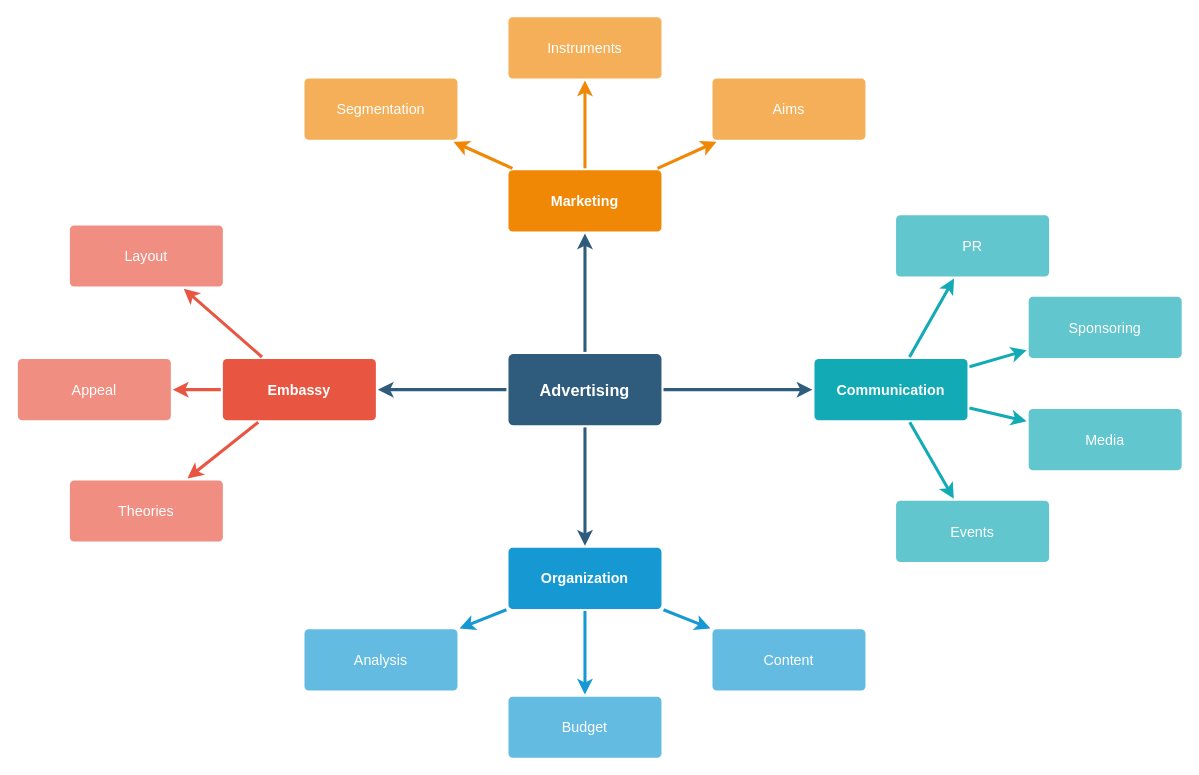
Before: Untitled Diagram.drawio in kar72kal/MC, a draw.io diagram. Source tidied: cells renumbered, new cells numbered last; positions are measured from the earlier drawing's top-left corner, leaving out a move shared by most shapes. Both pictures are drawn from the tidied source at 102%, with x=0, y=0 at pixel (17, 16).
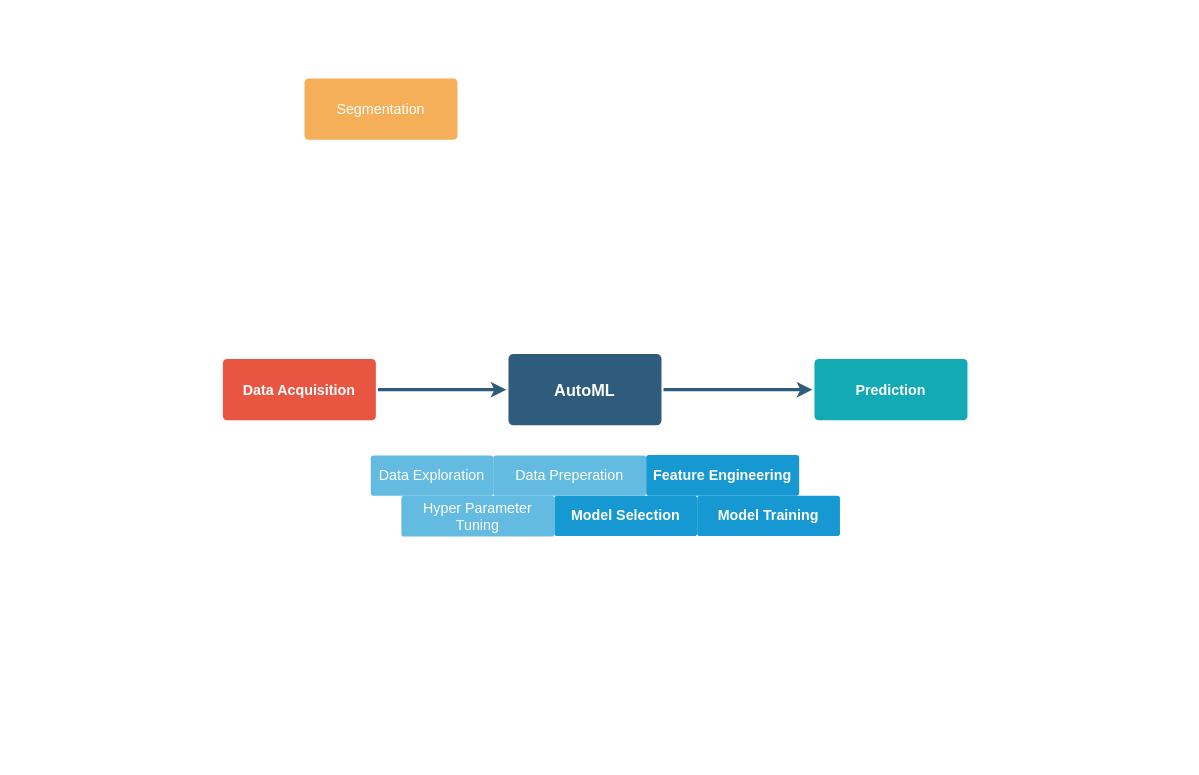
The same diagram, later.

The change refers to these unchanged cells:
```xml
<mxCell id="26" value="Segmentation" style="rounded=1;whiteSpace=wrap;html=1;shadow=0;labelBackgroundColor=none;strokeColor=none;strokeWidth=3;fillColor=#f5af58;fontFamily=Helvetica;fontSize=14;fontColor=#FFFFFF;align=center;spacing=5;arcSize=7;perimeterSpacing=2;" parent="1" vertex="1">
  <mxGeometry x="281" y="60.5" width="150" height="60" as="geometry" />
</mxCell>
```

Diff of the diagram source:
```diff
@@
-    <mxCell id="2" style="edgeStyle=none;rounded=0;jumpStyle=none;html=1;shadow=0;labelBackgroundColor=none;startArrow=none;startFill=0;endArrow=classic;endFill=1;jettySize=auto;strokeColor=#2F5B7C;strokeWidth=3;fontFamily=Helvetica;fontSize=16;fontColor=#23445D;spacing=5;" parent="1" edge="1" source="6" target="21">
-      <mxGeometry relative="1" as="geometry" />
-    </mxCell>
@@
-    <mxCell id="4" style="edgeStyle=none;rounded=0;jumpStyle=none;html=1;shadow=0;labelBackgroundColor=none;startArrow=none;startFill=0;endArrow=classic;endFill=1;jettySize=auto;strokeColor=#2F5B7C;strokeWidth=3;fontFamily=Helvetica;fontSize=16;fontColor=#23445D;spacing=5;" parent="1" edge="1" source="6" target="17">
-      <mxGeometry relative="1" as="geometry" />
-    </mxCell>
-    <mxCell id="5" style="edgeStyle=none;rounded=0;jumpStyle=none;html=1;shadow=0;labelBackgroundColor=none;startArrow=none;startFill=0;endArrow=classic;endFill=1;jettySize=auto;strokeColor=#2F5B7C;strokeWidth=3;fontFamily=Helvetica;fontSize=16;fontColor=#23445D;spacing=5;" parent="1" edge="1" source="6" target="10">
+    <mxCell id="5" style="edgeStyle=none;rounded=0;jumpStyle=none;html=1;shadow=0;labelBackgroundColor=none;startArrow=none;startFill=0;endArrow=classic;endFill=1;jettySize=auto;strokeColor=#2F5B7C;strokeWidth=3;fontFamily=Helvetica;fontSize=16;fontColor=#23445D;spacing=5;entryX=0;entryY=0.5;entryDx=0;entryDy=0;exitX=1;exitY=0.5;exitDx=0;exitDy=0;" parent="1" edge="1" source="10" target="6">
       <mxGeometry relative="1" as="geometry" />
     </mxCell>
-    <mxCell id="6" value="Advertising" style="rounded=1;whiteSpace=wrap;html=1;shadow=0;labelBackgroundColor=none;strokeColor=none;strokeWidth=3;fillColor=#2F5B7C;fontFamily=Helvetica;fontSize=16;fontColor=#FFFFFF;align=center;fontStyle=1;spacing=5;arcSize=7;perimeterSpacing=2;" parent="1" vertex="1">
+    <mxCell id="6" value="AutoML" style="rounded=1;whiteSpace=wrap;html=1;shadow=0;labelBackgroundColor=none;strokeColor=none;strokeWidth=3;fillColor=#2F5B7C;fontFamily=Helvetica;fontSize=16;fontColor=#FFFFFF;align=center;fontStyle=1;spacing=5;arcSize=7;perimeterSpacing=2;" parent="1" vertex="1">
       <mxGeometry x="481" y="330.5" width="150" height="70" as="geometry" />
     </mxCell>
-    <mxCell id="7" style="edgeStyle=none;rounded=1;jumpStyle=none;html=1;shadow=0;labelBackgroundColor=none;startArrow=none;startFill=0;jettySize=auto;strokeColor=#E85642;strokeWidth=3;fontFamily=Helvetica;fontSize=14;fontColor=#FFFFFF;spacing=5;fontStyle=1;fillColor=#b0e3e6;" parent="1" edge="1" source="10" target="13">
-      <mxGeometry relative="1" as="geometry" />
-    </mxCell>
-    <mxCell id="8" style="edgeStyle=none;rounded=1;jumpStyle=none;html=1;shadow=0;labelBackgroundColor=none;startArrow=none;startFill=0;jettySize=auto;strokeColor=#E85642;strokeWidth=3;fontFamily=Helvetica;fontSize=14;fontColor=#FFFFFF;spacing=5;fontStyle=1;fillColor=#b0e3e6;" parent="1" edge="1" source="10" target="12">
-      <mxGeometry relative="1" as="geometry" />
-    </mxCell>
-    <mxCell id="9" style="edgeStyle=none;rounded=1;jumpStyle=none;html=1;shadow=0;labelBackgroundColor=none;startArrow=none;startFill=0;jettySize=auto;strokeColor=#E85642;strokeWidth=3;fontFamily=Helvetica;fontSize=14;fontColor=#FFFFFF;spacing=5;fontStyle=1;fillColor=#b0e3e6;" parent="1" edge="1" source="10" target="11">
-      <mxGeometry relative="1" as="geometry" />
-    </mxCell>
-    <mxCell id="10" value="Embassy" style="rounded=1;whiteSpace=wrap;html=1;shadow=0;labelBackgroundColor=none;strokeColor=none;strokeWidth=3;fillColor=#e85642;fontFamily=Helvetica;fontSize=14;fontColor=#FFFFFF;align=center;spacing=5;fontStyle=1;arcSize=7;perimeterSpacing=2;" parent="1" vertex="1">
+    <mxCell id="10" value="Data Acquisition" style="rounded=1;whiteSpace=wrap;html=1;shadow=0;labelBackgroundColor=none;strokeColor=none;strokeWidth=3;fillColor=#e85642;fontFamily=Helvetica;fontSize=14;fontColor=#FFFFFF;align=center;spacing=5;fontStyle=1;arcSize=7;perimeterSpacing=2;" parent="1" vertex="1">
       <mxGeometry x="201" y="335.5" width="150" height="60" as="geometry" />
     </mxCell>
-    <mxCell id="11" value="Theories" style="rounded=1;whiteSpace=wrap;html=1;shadow=0;labelBackgroundColor=none;strokeColor=none;strokeWidth=3;fillColor=#f08e81;fontFamily=Helvetica;fontSize=14;fontColor=#FFFFFF;align=center;spacing=5;fontStyle=0;arcSize=7;perimeterSpacing=2;" parent="1" vertex="1">
-      <mxGeometry x="51" y="454.5" width="150" height="60" as="geometry" />
-    </mxCell>
-    <mxCell id="12" value="Appeal" style="rounded=1;whiteSpace=wrap;html=1;shadow=0;labelBackgroundColor=none;strokeColor=none;strokeWidth=3;fillColor=#f08e81;fontFamily=Helvetica;fontSize=14;fontColor=#FFFFFF;align=center;spacing=5;fontStyle=0;arcSize=7;perimeterSpacing=2;" parent="1" vertex="1">
-      <mxGeometry y="335.5" width="150" height="60" as="geometry" />
-    </mxCell>
-    <mxCell id="13" value="Layout" style="rounded=1;whiteSpace=wrap;html=1;shadow=0;labelBackgroundColor=none;strokeColor=none;strokeWidth=3;fillColor=#f08e81;fontFamily=Helvetica;fontSize=14;fontColor=#FFFFFF;align=center;spacing=5;fontStyle=0;arcSize=7;perimeterSpacing=2;" parent="1" vertex="1">
-      <mxGeometry x="51" y="204.5" width="150" height="60" as="geometry" />
-    </mxCell>
-    <mxCell id="14" style="edgeStyle=none;rounded=0;jumpStyle=none;html=1;shadow=0;labelBackgroundColor=none;startArrow=none;startFill=0;endArrow=classic;endFill=1;jettySize=auto;strokeColor=#1699D3;strokeWidth=3;fontFamily=Helvetica;fontSize=14;fontColor=#FFFFFF;spacing=5;" parent="1" edge="1" source="17" target="20">
-      <mxGeometry relative="1" as="geometry" />
-    </mxCell>
-    <mxCell id="15" style="edgeStyle=none;rounded=0;jumpStyle=none;html=1;shadow=0;labelBackgroundColor=none;startArrow=none;startFill=0;endArrow=classic;endFill=1;jettySize=auto;strokeColor=#1699D3;strokeWidth=3;fontFamily=Helvetica;fontSize=14;fontColor=#FFFFFF;spacing=5;" parent="1" edge="1" source="17" target="19">
-      <mxGeometry relative="1" as="geometry" />
-    </mxCell>
-    <mxCell id="16" style="edgeStyle=none;rounded=0;jumpStyle=none;html=1;shadow=0;labelBackgroundColor=none;startArrow=none;startFill=0;endArrow=classic;endFill=1;jettySize=auto;strokeColor=#1699D3;strokeWidth=3;fontFamily=Helvetica;fontSize=14;fontColor=#FFFFFF;spacing=5;" parent="1" edge="1" source="17" target="18">
-      <mxGeometry relative="1" as="geometry" />
-    </mxCell>
-    <mxCell id="17" value="Organization" style="rounded=1;whiteSpace=wrap;html=1;shadow=0;labelBackgroundColor=none;strokeColor=none;strokeWidth=3;fillColor=#1699d3;fontFamily=Helvetica;fontSize=14;fontColor=#FFFFFF;align=center;spacing=5;fontStyle=1;arcSize=7;perimeterSpacing=2;" parent="1" vertex="1">
-      <mxGeometry x="481" y="520.5" width="150" height="60" as="geometry" />
+    <mxCell id="17" value="Model Selection" style="rounded=1;whiteSpace=wrap;html=1;shadow=0;labelBackgroundColor=none;strokeColor=none;strokeWidth=3;fillColor=#1699d3;fontFamily=Helvetica;fontSize=14;fontColor=#FFFFFF;align=center;spacing=5;fontStyle=1;arcSize=7;perimeterSpacing=2;" parent="1" vertex="1">
+      <mxGeometry x="526" y="469.5" width="140" height="39.5" as="geometry" />
     </mxCell>
-    <mxCell id="18" value="Content" style="rounded=1;whiteSpace=wrap;html=1;shadow=0;labelBackgroundColor=none;strokeColor=none;strokeWidth=3;fillColor=#64bbe2;fontFamily=Helvetica;fontSize=14;fontColor=#FFFFFF;align=center;spacing=5;arcSize=7;perimeterSpacing=2;" parent="1" vertex="1">
-      <mxGeometry x="681" y="600.5" width="150" height="60" as="geometry" />
+    <mxCell id="18" value="Data Preperation" style="rounded=1;whiteSpace=wrap;html=1;shadow=0;labelBackgroundColor=none;strokeColor=none;strokeWidth=3;fillColor=#64bbe2;fontFamily=Helvetica;fontSize=14;fontColor=#FFFFFF;align=center;spacing=5;arcSize=7;perimeterSpacing=2;" parent="1" vertex="1">
+      <mxGeometry x="466" y="430" width="150" height="39.5" as="geometry" />
     </mxCell>
-    <mxCell id="19" value="Budget" style="rounded=1;whiteSpace=wrap;html=1;shadow=0;labelBackgroundColor=none;strokeColor=none;strokeWidth=3;fillColor=#64bbe2;fontFamily=Helvetica;fontSize=14;fontColor=#FFFFFF;align=center;spacing=5;arcSize=7;perimeterSpacing=2;" parent="1" vertex="1">
-      <mxGeometry x="481" y="666.5" width="150" height="60" as="geometry" />
+    <mxCell id="19" value="Hyper Parameter Tuning" style="rounded=1;whiteSpace=wrap;html=1;shadow=0;labelBackgroundColor=none;strokeColor=none;strokeWidth=3;fillColor=#64bbe2;fontFamily=Helvetica;fontSize=14;fontColor=#FFFFFF;align=center;spacing=5;arcSize=7;perimeterSpacing=2;" parent="1" vertex="1">
+      <mxGeometry x="376" y="469.5" width="150" height="40" as="geometry" />
     </mxCell>
-    <mxCell id="20" value="Analysis" style="rounded=1;whiteSpace=wrap;html=1;shadow=0;labelBackgroundColor=none;strokeColor=none;strokeWidth=3;fillColor=#64bbe2;fontFamily=Helvetica;fontSize=14;fontColor=#FFFFFF;align=center;spacing=5;arcSize=7;perimeterSpacing=2;" parent="1" vertex="1">
-      <mxGeometry x="281" y="600.5" width="150" height="60" as="geometry" />
+    <mxCell id="20" value="Data Exploration" style="rounded=1;whiteSpace=wrap;html=1;shadow=0;labelBackgroundColor=none;strokeColor=none;strokeWidth=3;fillColor=#64bbe2;fontFamily=Helvetica;fontSize=14;fontColor=#FFFFFF;align=center;spacing=5;arcSize=7;perimeterSpacing=2;" parent="1" vertex="1">
+      <mxGeometry x="346" y="430" width="120" height="39.5" as="geometry" />
     </mxCell>
-    <mxCell id="21" value="Marketing" style="rounded=1;whiteSpace=wrap;html=1;shadow=0;labelBackgroundColor=none;strokeColor=none;strokeWidth=3;fillColor=#F08705;fontFamily=Helvetica;fontSize=14;fontColor=#FFFFFF;align=center;spacing=5;fontStyle=1;arcSize=7;perimeterSpacing=2;" parent="1" vertex="1">
-      <mxGeometry x="481" y="150.5" width="150" height="60" as="geometry" />
-    </mxCell>
-    <mxCell id="22" value="Aims&lt;br&gt;" style="rounded=1;whiteSpace=wrap;html=1;shadow=0;labelBackgroundColor=none;strokeColor=none;strokeWidth=3;fillColor=#f5af58;fontFamily=Helvetica;fontSize=14;fontColor=#FFFFFF;align=center;spacing=5;arcSize=7;perimeterSpacing=2;" parent="1" vertex="1">
-      <mxGeometry x="681" y="60.5" width="150" height="60" as="geometry" />
-    </mxCell>
-    <mxCell id="23" style="edgeStyle=none;rounded=0;jumpStyle=none;html=1;shadow=0;labelBackgroundColor=none;startArrow=none;startFill=0;endArrow=classic;endFill=1;jettySize=auto;strokeColor=#F08705;strokeWidth=3;fontFamily=Helvetica;fontSize=14;fontColor=#FFFFFF;spacing=5;" parent="1" edge="1" source="21" target="22">
-      <mxGeometry relative="1" as="geometry" />
-    </mxCell>
-    <mxCell id="24" value="Instruments" style="rounded=1;whiteSpace=wrap;html=1;shadow=0;labelBackgroundColor=none;strokeColor=none;strokeWidth=3;fillColor=#f5af58;fontFamily=Helvetica;fontSize=14;fontColor=#FFFFFF;align=center;spacing=5;arcSize=7;perimeterSpacing=2;" parent="1" vertex="1">
-      <mxGeometry x="481" y="0.5" width="150" height="60" as="geometry" />
-    </mxCell>
-    <mxCell id="25" style="edgeStyle=none;rounded=0;jumpStyle=none;html=1;shadow=0;labelBackgroundColor=none;startArrow=none;startFill=0;endArrow=classic;endFill=1;jettySize=auto;strokeColor=#F08705;strokeWidth=3;fontFamily=Helvetica;fontSize=14;fontColor=#FFFFFF;spacing=5;" parent="1" edge="1" source="21" target="24">
-      <mxGeometry relative="1" as="geometry" />
-    </mxCell>
@@
-    <mxCell id="27" style="edgeStyle=none;rounded=0;jumpStyle=none;html=1;shadow=0;labelBackgroundColor=none;startArrow=none;startFill=0;endArrow=classic;endFill=1;jettySize=auto;strokeColor=#F08705;strokeWidth=3;fontFamily=Helvetica;fontSize=14;fontColor=#FFFFFF;spacing=5;" parent="1" edge="1" source="21" target="26">
-      <mxGeometry relative="1" as="geometry" />
-    </mxCell>
-    <mxCell id="28" value="Communication" style="rounded=1;whiteSpace=wrap;html=1;shadow=0;labelBackgroundColor=none;strokeColor=none;strokeWidth=3;fillColor=#12aab5;fontFamily=Helvetica;fontSize=14;fontColor=#FFFFFF;align=center;spacing=5;fontStyle=1;arcSize=7;perimeterSpacing=2;" parent="1" vertex="1">
+    <mxCell id="28" value="Prediction" style="rounded=1;whiteSpace=wrap;html=1;shadow=0;labelBackgroundColor=none;strokeColor=none;strokeWidth=3;fillColor=#12aab5;fontFamily=Helvetica;fontSize=14;fontColor=#FFFFFF;align=center;spacing=5;fontStyle=1;arcSize=7;perimeterSpacing=2;" parent="1" vertex="1">
       <mxGeometry x="781" y="335.5" width="150" height="60" as="geometry" />
     </mxCell>
-    <mxCell id="29" value="Events" style="rounded=1;whiteSpace=wrap;html=1;shadow=0;labelBackgroundColor=none;strokeColor=none;strokeWidth=3;fillColor=#61c6ce;fontFamily=Helvetica;fontSize=14;fontColor=#FFFFFF;align=center;spacing=5;fontStyle=0;arcSize=7;perimeterSpacing=2;" parent="1" vertex="1">
-      <mxGeometry x="861" y="474.5" width="150" height="60" as="geometry" />
-    </mxCell>
-    <mxCell id="30" style="edgeStyle=none;rounded=1;jumpStyle=none;html=1;shadow=0;labelBackgroundColor=none;startArrow=none;startFill=0;jettySize=auto;strokeColor=#12AAB5;strokeWidth=3;fontFamily=Helvetica;fontSize=14;fontColor=#FFFFFF;spacing=5;fontStyle=1;fillColor=#b0e3e6;" parent="1" edge="1" source="28" target="29">
-      <mxGeometry relative="1" as="geometry" />
-    </mxCell>
-    <mxCell id="31" value="Media" style="rounded=1;whiteSpace=wrap;html=1;shadow=0;labelBackgroundColor=none;strokeColor=none;strokeWidth=3;fillColor=#61c6ce;fontFamily=Helvetica;fontSize=14;fontColor=#FFFFFF;align=center;spacing=5;fontStyle=0;arcSize=7;perimeterSpacing=2;" parent="1" vertex="1">
-      <mxGeometry x="991" y="384.5" width="150" height="60" as="geometry" />
-    </mxCell>
-    <mxCell id="32" style="edgeStyle=none;rounded=1;jumpStyle=none;html=1;shadow=0;labelBackgroundColor=none;startArrow=none;startFill=0;jettySize=auto;strokeColor=#12AAB5;strokeWidth=3;fontFamily=Helvetica;fontSize=14;fontColor=#FFFFFF;spacing=5;fontStyle=1;fillColor=#b0e3e6;" parent="1" edge="1" source="28" target="31">
-      <mxGeometry relative="1" as="geometry" />
-    </mxCell>
-    <mxCell id="33" value="Sponsoring" style="rounded=1;whiteSpace=wrap;html=1;shadow=0;labelBackgroundColor=none;strokeColor=none;strokeWidth=3;fillColor=#61c6ce;fontFamily=Helvetica;fontSize=14;fontColor=#FFFFFF;align=center;spacing=5;fontStyle=0;arcSize=7;perimeterSpacing=2;" parent="1" vertex="1">
-      <mxGeometry x="991" y="274.5" width="150" height="60" as="geometry" />
-    </mxCell>
-    <mxCell id="34" style="edgeStyle=none;rounded=1;jumpStyle=none;html=1;shadow=0;labelBackgroundColor=none;startArrow=none;startFill=0;jettySize=auto;strokeColor=#12AAB5;strokeWidth=3;fontFamily=Helvetica;fontSize=14;fontColor=#FFFFFF;spacing=5;fontStyle=1;fillColor=#b0e3e6;" parent="1" edge="1" source="28" target="33">
-      <mxGeometry relative="1" as="geometry" />
-    </mxCell>
-    <mxCell id="35" value="PR" style="rounded=1;whiteSpace=wrap;html=1;shadow=0;labelBackgroundColor=none;strokeColor=none;strokeWidth=3;fillColor=#61c6ce;fontFamily=Helvetica;fontSize=14;fontColor=#FFFFFF;align=center;spacing=5;fontStyle=0;arcSize=7;perimeterSpacing=2;" parent="1" vertex="1">
-      <mxGeometry x="861" y="194.5" width="150" height="60" as="geometry" />
-    </mxCell>
-    <mxCell id="36" style="edgeStyle=none;rounded=1;jumpStyle=none;html=1;shadow=0;labelBackgroundColor=none;startArrow=none;startFill=0;jettySize=auto;strokeColor=#12AAB5;strokeWidth=3;fontFamily=Helvetica;fontSize=14;fontColor=#FFFFFF;spacing=5;fontStyle=1;fillColor=#b0e3e6;" parent="1" edge="1" source="28" target="35">
-      <mxGeometry relative="1" as="geometry" />
-    </mxCell>
+    <mxCell id="37" value="Feature Engineering" style="rounded=1;whiteSpace=wrap;html=1;shadow=0;labelBackgroundColor=none;strokeColor=none;strokeWidth=3;fillColor=#1699d3;fontFamily=Helvetica;fontSize=14;fontColor=#FFFFFF;align=center;spacing=5;fontStyle=1;arcSize=7;perimeterSpacing=2;" parent="1" vertex="1">
+      <mxGeometry x="616" y="429.5" width="150" height="40" as="geometry" />
+    </mxCell>
+    <mxCell id="38" value="Model Training" style="rounded=1;whiteSpace=wrap;html=1;shadow=0;labelBackgroundColor=none;strokeColor=none;strokeWidth=3;fillColor=#1699d3;fontFamily=Helvetica;fontSize=14;fontColor=#FFFFFF;align=center;spacing=5;fontStyle=1;arcSize=7;perimeterSpacing=2;" parent="1" vertex="1">
+      <mxGeometry x="666" y="469.5" width="140" height="39.5" as="geometry" />
+    </mxCell>
```
